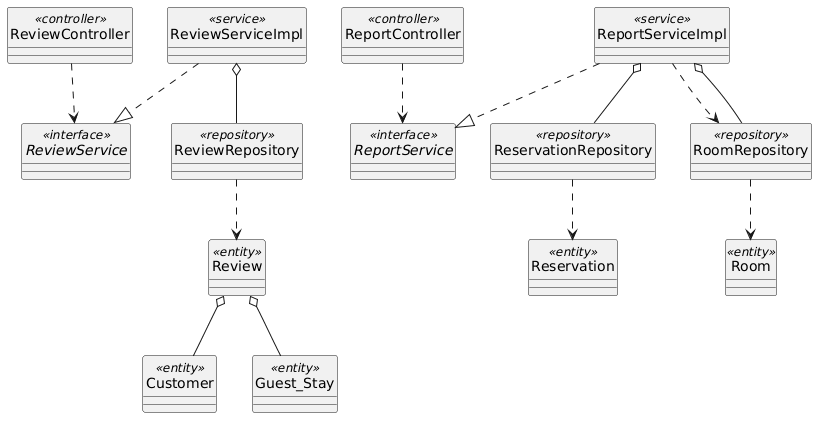
Above: docs/Class + Sequence/class_backend_46_reporting.png in hieupeek/sba_doc (PlantUML), before the change.
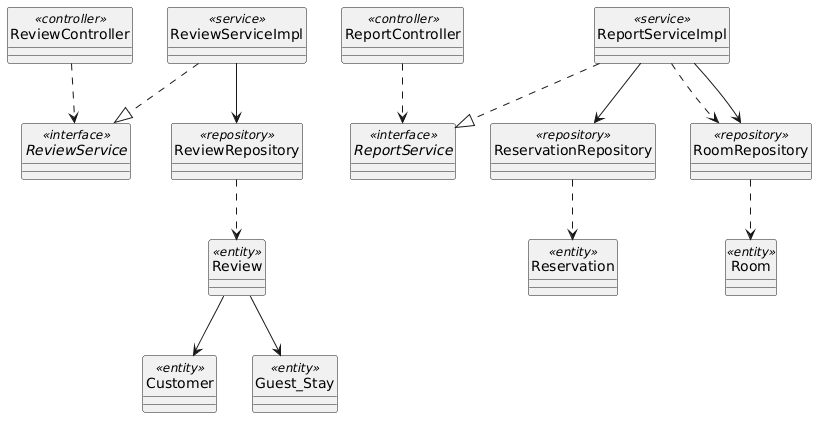
Above is the later version.

Change to the diagram source:
```diff
@@ -31,9 +31,10 @@
 RoomRepository ..> Room
 ReportServiceImpl ..> RoomRepository
 
-ReviewServiceImpl o-- ReviewRepository
-ReportServiceImpl o-- ReservationRepository
-ReportServiceImpl o-- RoomRepository
-Review o-- Customer
-Review o-- Guest_Stay
+ReviewServiceImpl --> ReviewRepository
+ReportServiceImpl --> ReservationRepository
+ReportServiceImpl --> RoomRepository
+Review --> Customer
+Review --> Guest_Stay
+
 @enduml
```
